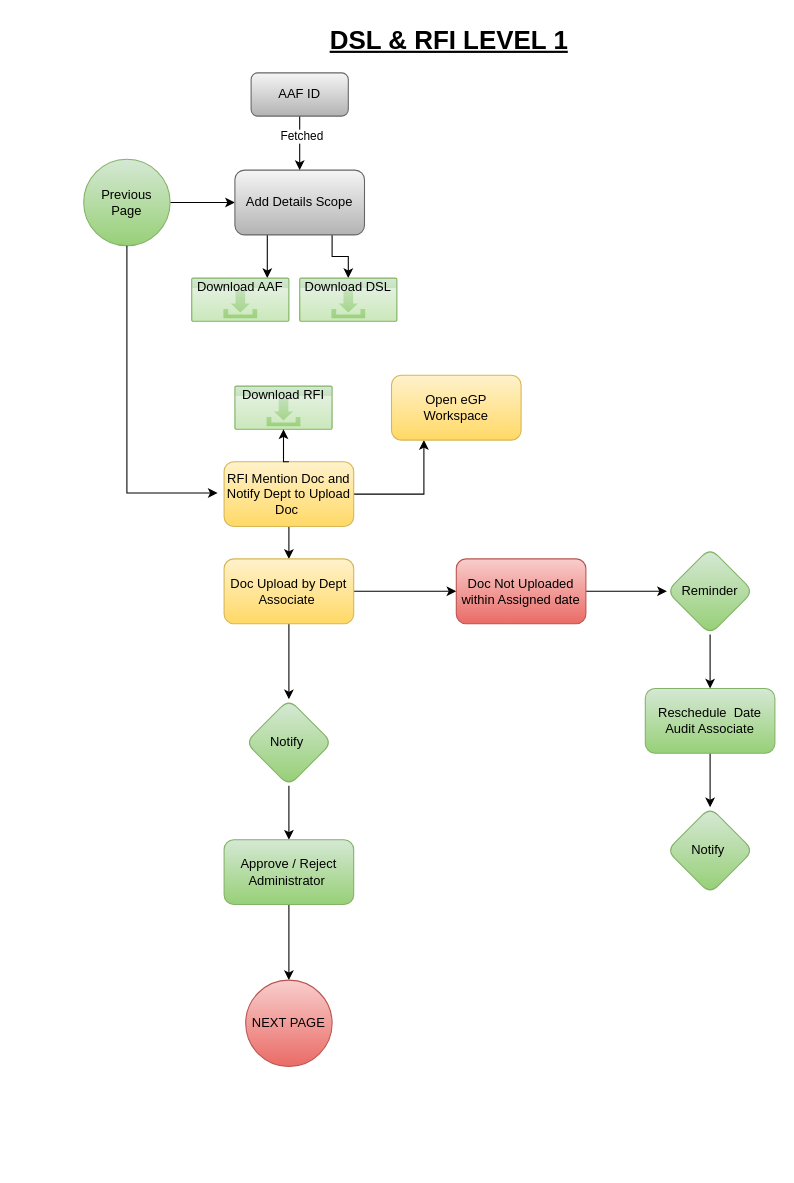
Above: page "DSL & RFI" (4 of 31) of ERM & IA DFD.drawio in AvikM1996/draw.io (draw.io), before the change. Source tidied: cells renumbered, new cells numbered last; positions are measured from the earlier drawing's top-left corner, leaving out a move shared by most shapes. Both pictures are drawn from the tidied source at 108%, with x=0, y=0 at pixel (83, 18).
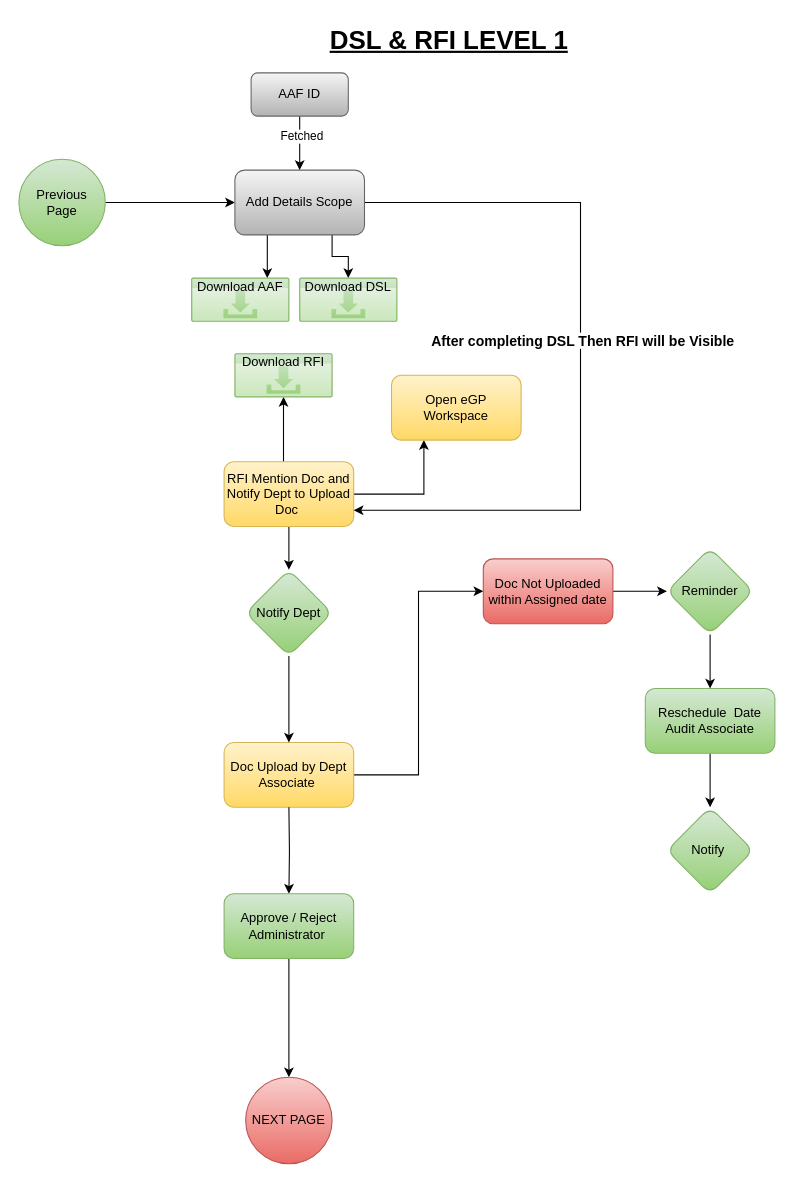
After the change.

Unchanged cells that the change refers to:
```xml
<mxCell id="4" value="RFI Mention Doc and Notify Dept to Upload Doc&amp;nbsp;" style="rounded=1;whiteSpace=wrap;html=1;fillColor=#fff2cc;gradientColor=#ffd966;strokeColor=#d6b656;" parent="1" vertex="1">
  <mxGeometry x="130" y="410" width="120" height="60" as="geometry" />
</mxCell>
<mxCell id="25" value="Add Details Scope" style="rounded=1;whiteSpace=wrap;html=1;fillColor=#f5f5f5;strokeColor=#666666;gradientColor=#b3b3b3;" parent="1" vertex="1">
  <mxGeometry x="140" y="140" width="120" height="60" as="geometry" />
</mxCell>
```

Change to the diagram source:
```diff
@@
-    <mxCell id="2" style="edgeStyle=orthogonalEdgeStyle;rounded=0;jettySize=auto;html=1;exitX=0.5;exitY=1;exitDx=0;exitDy=0;entryX=0.5;entryY=0;entryDx=0;entryDy=0;" parent="1" edge="1" source="4" target="7">
-      <mxGeometry relative="1" as="geometry" />
-    </mxCell>
@@
+    <mxCell id="35" style="edgeStyle=orthogonalEdgeStyle;rounded=0;jettySize=auto;html=1;entryX=0.5;entryY=0;entryDx=0;entryDy=0;" parent="1" edge="1" source="4" target="39">
+      <mxGeometry relative="1" as="geometry" />
+    </mxCell>
+    <mxCell id="33" style="edgeStyle=orthogonalEdgeStyle;rounded=0;jettySize=auto;html=1;" parent="1" edge="1" source="4" target="32">
+      <mxGeometry relative="1" as="geometry">
+        <Array as="points">
+          <mxPoint x="185" y="400" />
+          <mxPoint x="185" y="400" />
+        </Array>
+      </mxGeometry>
+    </mxCell>
@@
-    <mxCell id="6" style="edgeStyle=orthogonalEdgeStyle;rounded=0;jettySize=auto;html=1;entryX=0.5;entryY=0;entryDx=0;entryDy=0;" parent="1" edge="1" source="7" target="14">
-      <mxGeometry relative="1" as="geometry" />
-    </mxCell>
     <mxCell id="7" value="Doc Upload by Dept Associate&amp;nbsp;" style="rounded=1;whiteSpace=wrap;html=1;fillColor=#fff2cc;gradientColor=#ffd966;strokeColor=#d6b656;" parent="1" vertex="1">
-      <mxGeometry x="130" y="500" width="120" height="60" as="geometry" />
+      <mxGeometry x="130" y="670" width="120" height="60" as="geometry" />
     </mxCell>
@@
     <mxCell id="9" value="Doc Not Uploaded within Assigned date" style="rounded=1;whiteSpace=wrap;html=1;fillColor=#f8cecc;strokeColor=#b85450;gradientColor=#ea6b66;" parent="1" vertex="1">
-      <mxGeometry x="345" y="500" width="120" height="60" as="geometry" />
+      <mxGeometry x="370" y="500" width="120" height="60" as="geometry" />
     </mxCell>
@@
-    <mxCell id="13" style="edgeStyle=orthogonalEdgeStyle;rounded=0;jettySize=auto;html=1;exitX=0.5;exitY=1;exitDx=0;exitDy=0;" parent="1" edge="1" source="14" target="20">
-      <mxGeometry relative="1" as="geometry" />
+    <mxCell id="13" style="edgeStyle=orthogonalEdgeStyle;rounded=0;jettySize=auto;html=1;exitX=0.5;exitY=1;exitDx=0;exitDy=0;" parent="1" edge="1" target="20">
+      <mxGeometry relative="1" as="geometry">
+        <mxPoint x="190" y="730" as="sourcePoint" />
+      </mxGeometry>
     </mxCell>
-    <mxCell id="14" value="Notify&amp;nbsp;" style="rhombus;whiteSpace=wrap;html=1;fillColor=#d5e8d4;strokeColor=#82b366;rounded=1;gradientColor=#97d077;" parent="1" vertex="1">
-      <mxGeometry x="150" y="630" width="80" height="80" as="geometry" />
-    </mxCell>
@@
     <mxCell id="18" value="Previous Page" style="ellipse;whiteSpace=wrap;html=1;fillColor=#d5e8d4;strokeColor=#82b366;gradientColor=#97d077;" parent="1" vertex="1">
-      <mxGeometry y="130" width="80" height="80" as="geometry" />
+      <mxGeometry x="-60" y="130" width="80" height="80" as="geometry" />
     </mxCell>
@@
     <mxCell id="20" value="Approve / Reject&lt;br&gt;Administrator&amp;nbsp;" style="rounded=1;whiteSpace=wrap;html=1;fillColor=#d5e8d4;gradientColor=#97d077;strokeColor=#82b366;" parent="1" vertex="1">
-      <mxGeometry x="130" y="760" width="120" height="60" as="geometry" />
+      <mxGeometry x="130" y="810" width="120" height="60" as="geometry" />
     </mxCell>
     <mxCell id="21" value="NEXT PAGE" style="ellipse;whiteSpace=wrap;html=1;fillColor=#f8cecc;strokeColor=#b85450;gradientColor=#ea6b66;" parent="1" vertex="1">
-      <mxGeometry x="150" y="890" width="80" height="80" as="geometry" />
+      <mxGeometry x="150" y="980" width="80" height="80" as="geometry" />
     </mxCell>
@@
+    <mxCell id="36" style="edgeStyle=orthogonalEdgeStyle;rounded=0;jettySize=auto;html=1;entryX=1;entryY=0.75;entryDx=0;entryDy=0;" parent="1" edge="1" source="25" target="4">
+      <mxGeometry relative="1" as="geometry">
+        <Array as="points">
+          <mxPoint x="460" y="170" />
+          <mxPoint x="460" y="455" />
+        </Array>
+      </mxGeometry>
+    </mxCell>
+    <mxCell id="37" value="After completing DSL Then RFI will be Visible" style="edgeLabel;html=1;align=center;verticalAlign=middle;fontSize=13;fontStyle=1;" parent="36" vertex="1">
+      <mxGeometry x="-0.06" y="1" relative="1" as="geometry" />
+    </mxCell>
@@
-    <mxCell id="31" style="edgeStyle=orthogonalEdgeStyle;rounded=0;jettySize=auto;html=1;exitX=0.5;exitY=1;exitDx=0;exitDy=0;entryX=-0.05;entryY=0.483;entryDx=0;entryDy=0;entryPerimeter=0;" parent="1" edge="1" source="18" target="4">
-      <mxGeometry relative="1" as="geometry">
-        <Array as="points">
-          <mxPoint x="40" y="439" />
-        </Array>
-      </mxGeometry>
-    </mxCell>
     <mxCell id="32" value="Download RFI" style="html=1;whiteSpace=wrap;strokeColor=#82b366;fillColor=#d5e8d4;labelPosition=center;verticalLabelPosition=middle;verticalAlign=top;align=center;fontSize=12;outlineConnect=0;spacingTop=-6;sketch=0;shape=mxgraph.sitemap.download;gradientColor=#97d077;" parent="1" vertex="1">
-      <mxGeometry x="140" y="340" width="90" height="40" as="geometry" />
+      <mxGeometry x="140" y="310" width="90" height="40" as="geometry" />
     </mxCell>
-    <mxCell id="33" style="edgeStyle=orthogonalEdgeStyle;rounded=0;jettySize=auto;html=1;exitX=0.5;exitY=0;exitDx=0;exitDy=0;entryX=0.5;entryY=1;entryDx=0;entryDy=0;entryPerimeter=0;" parent="1" edge="1" source="4" target="32">
-      <mxGeometry relative="1" as="geometry" />
-    </mxCell>
@@
+    <mxCell id="38" style="edgeStyle=orthogonalEdgeStyle;rounded=0;jettySize=auto;html=1;entryX=0.5;entryY=0;entryDx=0;entryDy=0;" parent="1" edge="1" source="39" target="7">
+      <mxGeometry relative="1" as="geometry" />
+    </mxCell>
+    <mxCell id="39" value="Notify Dept" style="rhombus;whiteSpace=wrap;html=1;fillColor=#d5e8d4;strokeColor=#82b366;rounded=1;gradientColor=#97d077;" parent="1" vertex="1">
+      <mxGeometry x="150" y="510" width="80" height="80" as="geometry" />
+    </mxCell>
```
